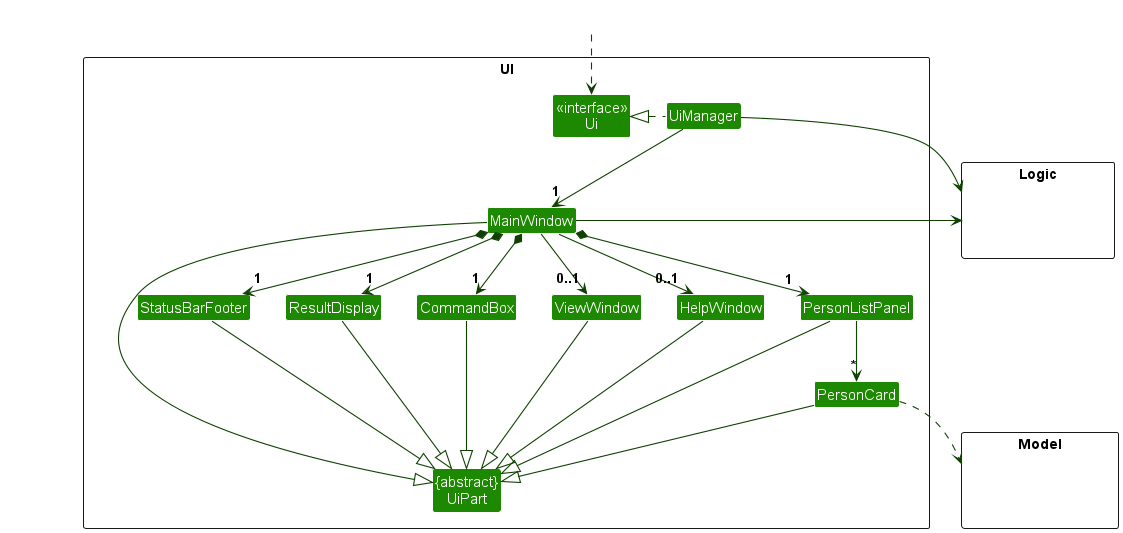
Earlier version of the PlantUML export docs/images/UiClassDiagram.png (zoebelle-pang/tp). The source it was exported from:
```plantuml
@startuml
!include style.puml
skinparam arrowThickness 1.1
skinparam arrowColor UI_COLOR_T4
skinparam classBackgroundColor UI_COLOR

package UI <<Rectangle>>{
Class "<<interface>>\nUi" as Ui
Class "{abstract}\nUiPart" as UiPart
Class UiManager
Class MainWindow
Class HelpWindow
Class ViewWindow
Class ResultDisplay
Class PersonListPanel
Class PersonCard
Class StatusBarFooter
Class CommandBox
}

package Model <<Rectangle>> {
Class HiddenModel #FFFFFF
}

package Logic <<Rectangle>> {
Class HiddenLogic #FFFFFF
}

Class HiddenOutside #FFFFFF
HiddenOutside ..> Ui

UiManager .left.|> Ui
UiManager -down-> "1" MainWindow
MainWindow *-down->  "1" CommandBox
MainWindow *-down-> "1" ResultDisplay
MainWindow *-down-> "1" PersonListPanel
MainWindow *-down-> "1" StatusBarFooter
MainWindow --> "0..1" HelpWindow
MainWindow --> "0..1" ViewWindow

PersonListPanel -down-> "*" PersonCard

MainWindow -left-|> UiPart

ResultDisplay --|> UiPart
CommandBox --|> UiPart
PersonListPanel --|> UiPart
PersonCard --|> UiPart
StatusBarFooter --|> UiPart
HelpWindow --|> UiPart
ViewWindow --|> UiPart

PersonCard ..> Model
UiManager -right-> Logic
MainWindow -left-> Logic

PersonListPanel -[hidden]left- HelpWindow
HelpWindow -[hidden]left- CommandBox
ViewWindow -[hidden]left- CommandBox
CommandBox -[hidden]left- ResultDisplay
ResultDisplay -[hidden]left- StatusBarFooter

MainWindow -[hidden]-|> UiPart
@enduml
```
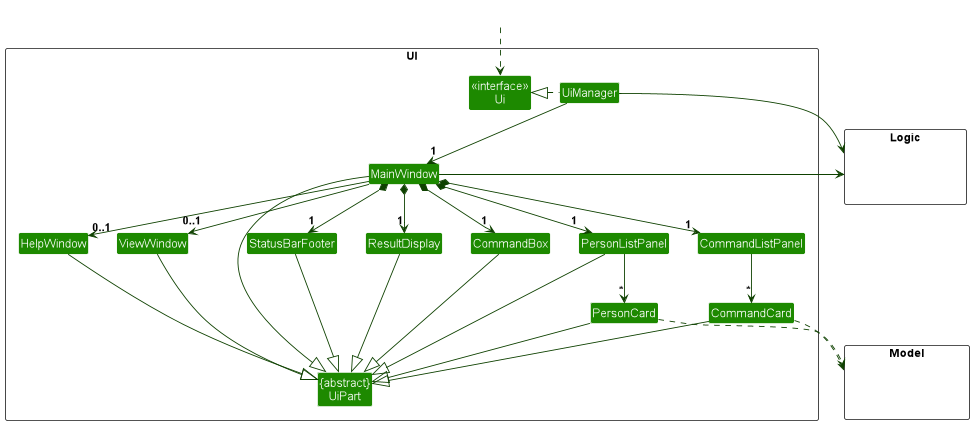
After the change.

Diff of the diagram source:
```diff
@@ -16,6 +16,8 @@
 Class PersonCard
 Class StatusBarFooter
 Class CommandBox
+Class CommandListPanel
+Class CommandCard
 }
 
 package Model <<Rectangle>> {
@@ -37,8 +39,10 @@
 MainWindow *-down-> "1" StatusBarFooter
 MainWindow --> "0..1" HelpWindow
 MainWindow --> "0..1" ViewWindow
+MainWindow *--> "1" CommandListPanel
 
 PersonListPanel -down-> "*" PersonCard
+CommandListPanel -down-> "*" CommandCard
 
 MainWindow -left-|> UiPart
 
@@ -49,8 +53,10 @@
 StatusBarFooter --|> UiPart
 HelpWindow --|> UiPart
 ViewWindow --|> UiPart
+CommandCard --|> UiPart
 
-PersonCard ..> Model
+PersonCard .down.> Model
+CommandCard .right.> Model
 UiManager -right-> Logic
 MainWindow -left-> Logic
 
@@ -59,6 +65,7 @@
 ViewWindow -[hidden]left- CommandBox
 CommandBox -[hidden]left- ResultDisplay
 ResultDisplay -[hidden]left- StatusBarFooter
+CommandListPanel -[hidden]left- PersonListPanel
 
 MainWindow -[hidden]-|> UiPart
 @enduml
```
